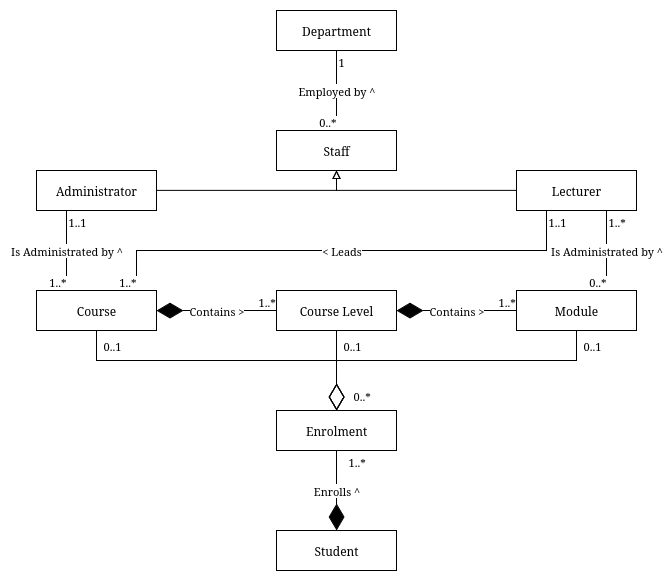
TotalDwarf03/IS3S662-advanced-databases-and-modelling keeps this draw.io diagram as track1/assets/2b_v2.drawio.png. Above is the earlier version. Source tidied: cells renumbered, new cells last; positions are measured from the earlier drawing's top-left corner, leaving out a move shared by most shapes.
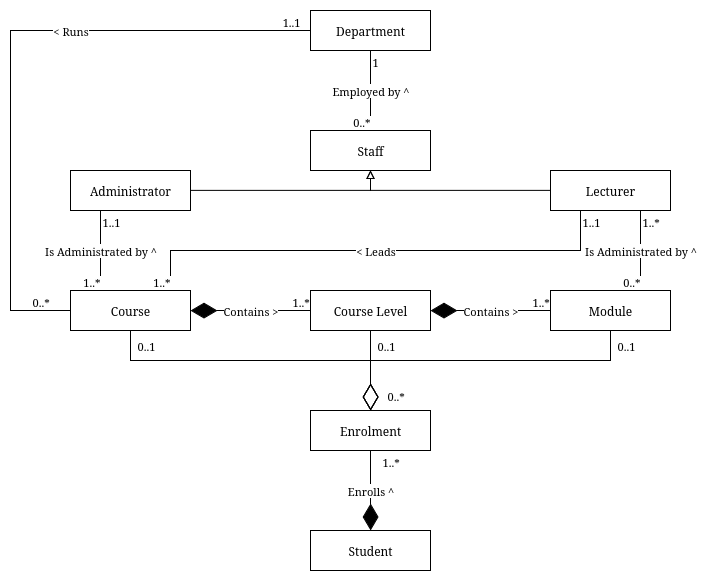
After the change.

The edit, as a diff of the source:
```diff
@@ -141,5 +141,23 @@
     <mxCell id="37" value="0..*" style="edgeLabel;html=1;align=right;verticalAlign=bottom;" parent="35" vertex="1">
       <mxGeometry x="1" relative="1" as="geometry" />
     </mxCell>
+    <mxCell id="38" value="&amp;lt; Runs" style="endArrow=none;html=1;edgeStyle=orthogonalEdgeStyle;rounded=0;" parent="1" edge="1" source="3" target="34">
+      <mxGeometry x="0.25" relative="1" as="geometry">
+        <Array as="points">
+          <mxPoint x="-60" y="300" />
+          <mxPoint x="-60" y="20" />
+        </Array>
+      </mxGeometry>
+    </mxCell>
+    <mxCell id="39" value="0..*" style="edgeLabel;html=1;align=left;verticalAlign=bottom;" parent="38" vertex="1">
+      <mxGeometry x="-1" relative="1" as="geometry">
+        <mxPoint x="-40" as="offset" />
+      </mxGeometry>
+    </mxCell>
+    <mxCell id="40" value="1..1" style="edgeLabel;html=1;align=right;verticalAlign=bottom;" parent="38" vertex="1">
+      <mxGeometry x="1" relative="1" as="geometry">
+        <mxPoint x="-10" as="offset" />
+      </mxGeometry>
+    </mxCell>
   </root>
 </mxGraphModel>
```
